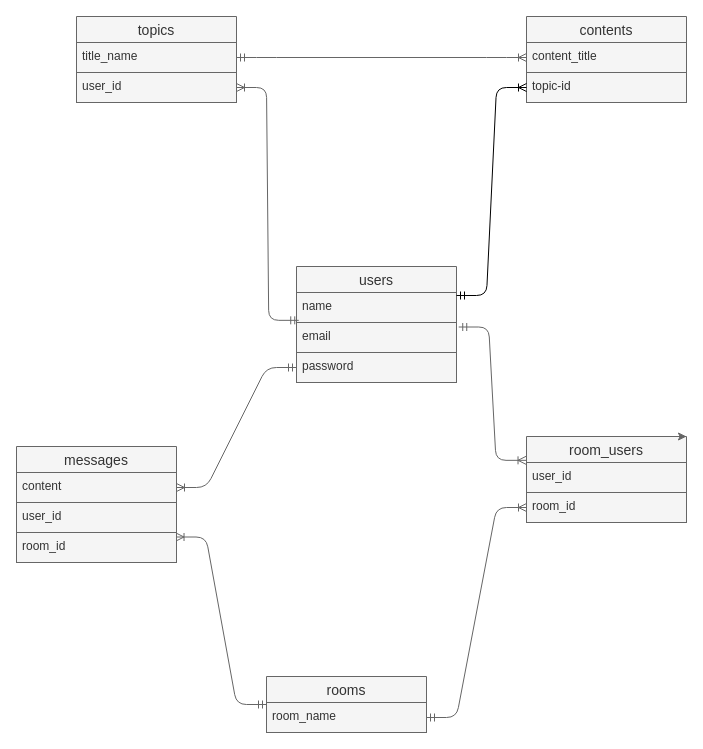
Above: Er.dio in ishsho/contact_n (draw.io), before the change. Source tidied: cells renumbered, new cells numbered last; positions are measured from the earlier drawing's top-left corner, leaving out a move shared by most shapes. Both pictures are drawn from the tidied source at 100%, with x=0, y=0 at pixel (16, 16).
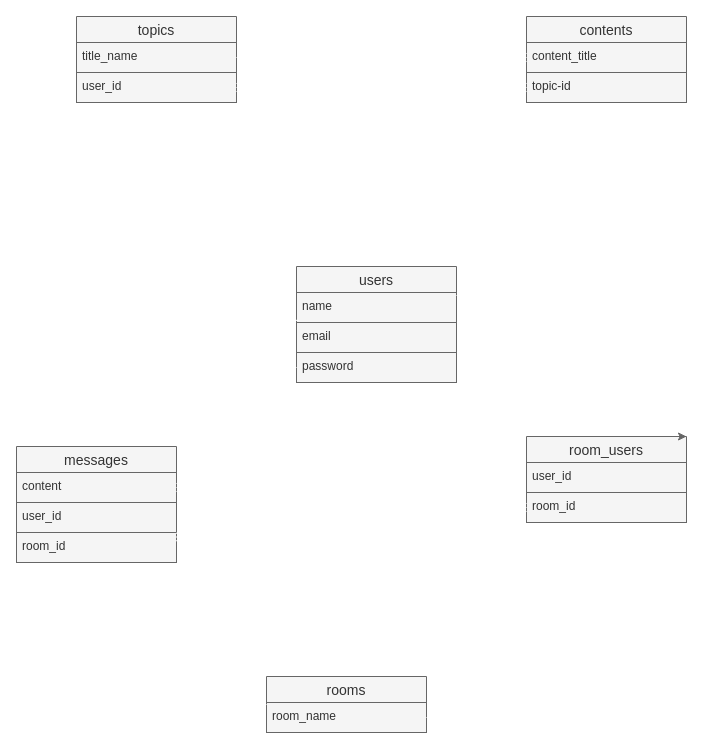
After the change.

Unchanged cells that the change refers to:
```xml
<mxCell id="3" value="user_id" style="text;strokeColor=#666666;fillColor=#f5f5f5;spacingLeft=4;spacingRight=4;overflow=hidden;points=[[0,0.5],[1,0.5]];portConstraint=eastwest;fontSize=12;fontColor=#333333;" parent="2" vertex="1">
  <mxGeometry y="26" width="160" height="30" as="geometry" />
</mxCell>
<mxCell id="4" value="room_id" style="text;strokeColor=#666666;fillColor=#f5f5f5;spacingLeft=4;spacingRight=4;overflow=hidden;points=[[0,0.5],[1,0.5]];portConstraint=eastwest;fontSize=12;fontColor=#333333;" parent="2" vertex="1">
  <mxGeometry y="56" width="160" height="30" as="geometry" />
</mxCell>
<mxCell id="6" value="title_name" style="text;strokeColor=#666666;fillColor=#f5f5f5;spacingLeft=4;spacingRight=4;overflow=hidden;points=[[0,0.5],[1,0.5]];portConstraint=eastwest;fontSize=12;fontColor=#333333;" parent="5" vertex="1">
  <mxGeometry y="26" width="160" height="30" as="geometry" />
</mxCell>
<mxCell id="7" value="user_id" style="text;strokeColor=#666666;fillColor=#f5f5f5;spacingLeft=4;spacingRight=4;overflow=hidden;points=[[0,0.5],[1,0.5]];portConstraint=eastwest;fontSize=12;fontColor=#333333;" parent="5" vertex="1">
  <mxGeometry y="56" width="160" height="30" as="geometry" />
</mxCell>
<mxCell id="9" value="content" style="text;strokeColor=#666666;fillColor=#f5f5f5;spacingLeft=4;spacingRight=4;overflow=hidden;points=[[0,0.5],[1,0.5]];portConstraint=eastwest;fontSize=12;fontColor=#333333;" parent="8" vertex="1">
  <mxGeometry y="26" width="160" height="30" as="geometry" />
</mxCell>
<mxCell id="11" value="room_id" style="text;strokeColor=#666666;fillColor=#f5f5f5;spacingLeft=4;spacingRight=4;overflow=hidden;points=[[0,0.5],[1,0.5]];portConstraint=eastwest;fontSize=12;fontColor=#333333;" parent="8" vertex="1">
  <mxGeometry y="86" width="160" height="30" as="geometry" />
</mxCell>
<mxCell id="13" value="content_title" style="text;strokeColor=#666666;fillColor=#f5f5f5;spacingLeft=4;spacingRight=4;overflow=hidden;points=[[0,0.5],[1,0.5]];portConstraint=eastwest;fontSize=12;fontColor=#333333;" parent="12" vertex="1">
  <mxGeometry y="26" width="160" height="30" as="geometry" />
</mxCell>
<mxCell id="14" value="topic-id" style="text;strokeColor=#666666;fillColor=#f5f5f5;spacingLeft=4;spacingRight=4;overflow=hidden;points=[[0,0.5],[1,0.5]];portConstraint=eastwest;fontSize=12;fontColor=#333333;" parent="12" vertex="1">
  <mxGeometry y="56" width="160" height="30" as="geometry" />
</mxCell>
<mxCell id="15" value="users" style="swimlane;fontStyle=0;horizontal=1;startSize=26;align=center;fontSize=14;fillColor=#f5f5f5;fontColor=#333333;strokeColor=#666666;" parent="1" vertex="1">
  <mxGeometry x="280" y="250" width="160" height="116" as="geometry" />
</mxCell>
<mxCell id="17" value="email" style="text;strokeColor=#666666;fillColor=#f5f5f5;spacingLeft=4;spacingRight=4;overflow=hidden;points=[[0,0.5],[1,0.5]];portConstraint=eastwest;fontSize=12;fontColor=#333333;" parent="15" vertex="1">
  <mxGeometry y="56" width="160" height="30" as="geometry" />
</mxCell>
<mxCell id="18" value="password" style="text;strokeColor=#666666;fillColor=#f5f5f5;spacingLeft=4;spacingRight=4;overflow=hidden;points=[[0,0.5],[1,0.5]];portConstraint=eastwest;fontSize=12;fontColor=#333333;" parent="15" vertex="1">
  <mxGeometry y="86" width="160" height="30" as="geometry" />
</mxCell>
<mxCell id="19" value="rooms" style="swimlane;fontStyle=0;horizontal=1;startSize=26;align=center;fontSize=14;fillColor=#f5f5f5;fontColor=#333333;strokeColor=#666666;" parent="1" vertex="1">
  <mxGeometry x="250" y="660" width="160" height="56" as="geometry" />
</mxCell>
<mxCell id="20" value="room_name" style="text;strokeColor=#666666;fillColor=#f5f5f5;spacingLeft=4;spacingRight=4;overflow=hidden;points=[[0,0.5],[1,0.5]];portConstraint=eastwest;fontSize=12;fontColor=#333333;" parent="19" vertex="1">
  <mxGeometry y="26" width="160" height="30" as="geometry" />
</mxCell>
```

What changed in the source:
```diff
@@
-    <mxCell id="21" style="edgeStyle=entityRelationEdgeStyle;fontSize=12;html=1;endArrow=ERoneToMany;startArrow=ERmandOne;entryX=1;entryY=0.5;entryDx=0;entryDy=0;exitX=0.014;exitY=-0.072;exitDx=0;exitDy=0;exitPerimeter=0;fillColor=#f5f5f5;strokeColor=#666666;" parent="1" edge="1" source="17" target="7">
+    <mxCell id="21" style="edgeStyle=entityRelationEdgeStyle;fontSize=12;html=1;endArrow=ERoneToMany;startArrow=ERmandOne;entryX=1;entryY=0.5;entryDx=0;entryDy=0;exitX=0.014;exitY=-0.072;exitDx=0;exitDy=0;exitPerimeter=0;fillColor=#f5f5f5;strokeColor=#FFFFFF;" parent="1" edge="1" source="17" target="7">
       <mxGeometry relative="1" as="geometry" />
     </mxCell>
-    <mxCell id="22" style="edgeStyle=entityRelationEdgeStyle;fontSize=12;html=1;endArrow=ERoneToMany;startArrow=ERmandOne;exitX=1;exitY=0.5;exitDx=0;exitDy=0;entryX=0;entryY=0.5;entryDx=0;entryDy=0;fillColor=#f5f5f5;strokeColor=#666666;" parent="1" edge="1" source="6" target="13">
+    <mxCell id="22" style="edgeStyle=entityRelationEdgeStyle;fontSize=12;html=1;endArrow=ERoneToMany;startArrow=ERmandOne;exitX=1;exitY=0.5;exitDx=0;exitDy=0;entryX=0;entryY=0.5;entryDx=0;entryDy=0;fillColor=#f5f5f5;strokeColor=#FFFFFF;" parent="1" edge="1" source="6" target="13">
       <mxGeometry relative="1" as="geometry" />
     </mxCell>
-    <mxCell id="23" style="edgeStyle=entityRelationEdgeStyle;fontSize=12;html=1;endArrow=ERoneToMany;startArrow=ERmandOne;exitX=1.014;exitY=0.15;exitDx=0;exitDy=0;exitPerimeter=0;entryX=-0.003;entryY=-0.072;entryDx=0;entryDy=0;entryPerimeter=0;fillColor=#f5f5f5;strokeColor=#666666;" parent="1" edge="1" source="17" target="3">
+    <mxCell id="23" style="edgeStyle=entityRelationEdgeStyle;fontSize=12;html=1;endArrow=ERoneToMany;startArrow=ERmandOne;exitX=1.014;exitY=0.15;exitDx=0;exitDy=0;exitPerimeter=0;entryX=-0.003;entryY=-0.072;entryDx=0;entryDy=0;entryPerimeter=0;fillColor=#f5f5f5;strokeColor=#FFFFFF;" parent="1" edge="1" source="17" target="3">
       <mxGeometry relative="1" as="geometry" />
     </mxCell>
@@
-    <mxCell id="25" style="edgeStyle=entityRelationEdgeStyle;fontSize=12;html=1;endArrow=ERoneToMany;startArrow=ERmandOne;entryX=0;entryY=0.5;entryDx=0;entryDy=0;exitX=1;exitY=0.5;exitDx=0;exitDy=0;fillColor=#f5f5f5;strokeColor=#666666;" parent="1" edge="1" source="20" target="4">
+    <mxCell id="25" style="edgeStyle=entityRelationEdgeStyle;fontSize=12;html=1;endArrow=ERoneToMany;startArrow=ERmandOne;entryX=0;entryY=0.5;entryDx=0;entryDy=0;exitX=1;exitY=0.5;exitDx=0;exitDy=0;fillColor=#f5f5f5;strokeColor=#FFFFFF;" parent="1" edge="1" source="20" target="4">
       <mxGeometry relative="1" as="geometry" />
     </mxCell>
-    <mxCell id="26" style="edgeStyle=entityRelationEdgeStyle;fontSize=12;html=1;endArrow=ERoneToMany;startArrow=ERmandOne;exitX=0;exitY=0.5;exitDx=0;exitDy=0;entryX=1;entryY=0.5;entryDx=0;entryDy=0;fillColor=#f5f5f5;strokeColor=#666666;" parent="1" edge="1" source="18" target="9">
+    <mxCell id="26" style="edgeStyle=entityRelationEdgeStyle;fontSize=12;html=1;endArrow=ERoneToMany;startArrow=ERmandOne;exitX=0;exitY=0.5;exitDx=0;exitDy=0;entryX=1;entryY=0.5;entryDx=0;entryDy=0;fillColor=#f5f5f5;strokeColor=#FFFFFF;" parent="1" edge="1" source="18" target="9">
       <mxGeometry relative="1" as="geometry" />
     </mxCell>
-    <mxCell id="27" style="edgeStyle=entityRelationEdgeStyle;fontSize=12;html=1;endArrow=ERoneToMany;startArrow=ERmandOne;entryX=0.997;entryY=0.15;entryDx=0;entryDy=0;entryPerimeter=0;exitX=0;exitY=0.5;exitDx=0;exitDy=0;fillColor=#f5f5f5;strokeColor=#666666;" parent="1" edge="1" source="19" target="11">
+    <mxCell id="27" style="edgeStyle=entityRelationEdgeStyle;fontSize=12;html=1;endArrow=ERoneToMany;startArrow=ERmandOne;entryX=0.997;entryY=0.15;entryDx=0;entryDy=0;entryPerimeter=0;exitX=0;exitY=0.5;exitDx=0;exitDy=0;fillColor=#f5f5f5;strokeColor=#FFFFFF;" parent="1" edge="1" source="19" target="11">
       <mxGeometry relative="1" as="geometry" />
     </mxCell>
-    <mxCell id="28" style="edgeStyle=entityRelationEdgeStyle;fontSize=12;html=1;endArrow=ERoneToMany;startArrow=ERmandOne;exitX=1;exitY=0.25;exitDx=0;exitDy=0;entryX=0;entryY=0.5;entryDx=0;entryDy=0;" parent="1" edge="1" source="15" target="14">
+    <mxCell id="28" style="edgeStyle=entityRelationEdgeStyle;fontSize=12;html=1;endArrow=ERoneToMany;startArrow=ERmandOne;exitX=1;exitY=0.25;exitDx=0;exitDy=0;entryX=0;entryY=0.5;entryDx=0;entryDy=0;strokeColor=#FFFFFF;" parent="1" edge="1" source="15" target="14">
       <mxGeometry relative="1" as="geometry" />
     </mxCell>
```
